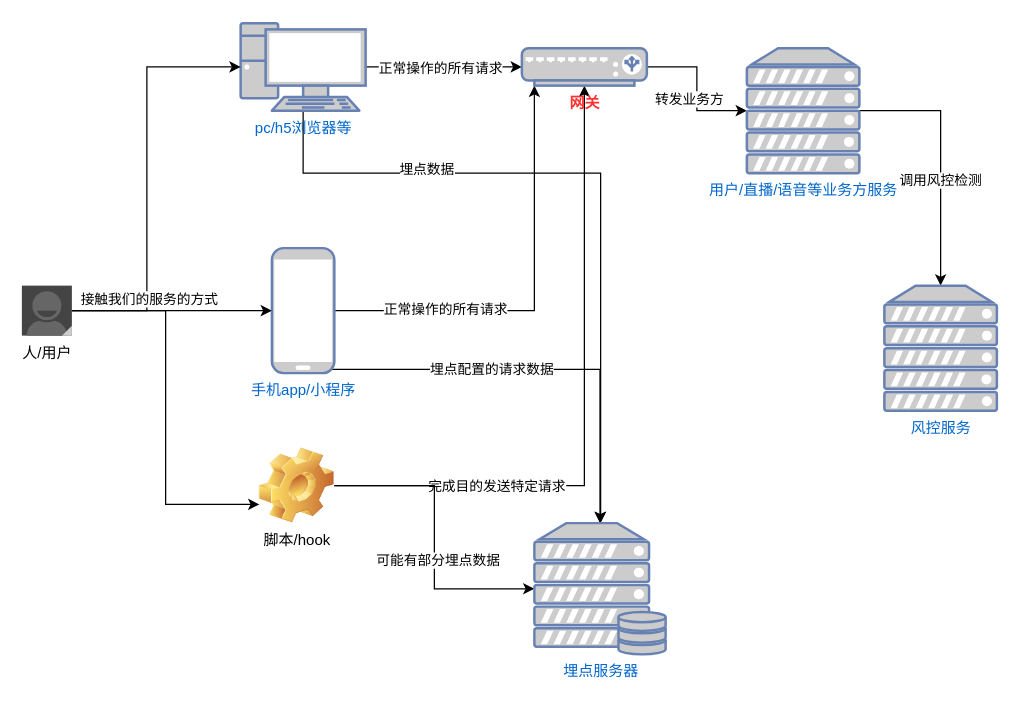
Before: 请求链路.drawio in seuzxc/drawio-desktop, a draw.io diagram. Source tidied: cells renumbered, new cells numbered last; positions are measured from the earlier drawing's top-left corner, leaving out a move shared by most shapes. Both pictures are drawn from the tidied source at 125%, with x=0, y=0 at pixel (21, 22).
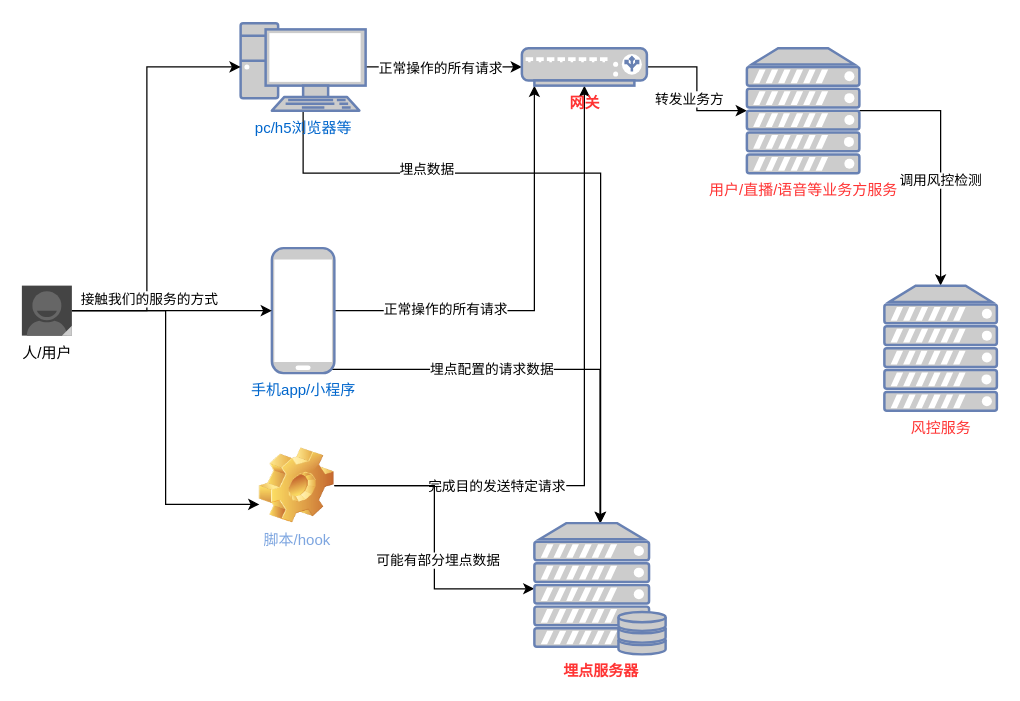
The same page after the edit.

Commit message (it also covers changes not shown here):
更新请求链路.drawio

Diff of the diagram source:
```diff
@@
-    <mxCell id="21" value="脚本/hook" style="shape=image;html=1;verticalLabelPosition=bottom;verticalAlign=top;imageAspect=0;image=img/clipart/Gear_128x128.png;" parent="1" vertex="1">
+    <mxCell id="21" value="&lt;font color=&quot;#7ea6e0&quot;&gt;脚本/hook&lt;/font&gt;" style="shape=image;html=1;verticalLabelPosition=bottom;verticalAlign=top;imageAspect=0;image=img/clipart/Gear_128x128.png;" parent="1" vertex="1">
       <mxGeometry x="190" y="340" width="60" height="60" as="geometry" />
     </mxCell>
-    <mxCell id="22" value="埋点服务器" style="fontColor=#0066CC;verticalAlign=top;verticalLabelPosition=bottom;labelPosition=center;align=center;html=1;outlineConnect=0;fillColor=#CCCCCC;strokeColor=#6881B3;gradientColor=none;gradientDirection=north;strokeWidth=2;shape=mxgraph.networks.server_storage;" parent="1" vertex="1">
+    <mxCell id="22" value="&lt;font color=&quot;#ff3333&quot;&gt;&lt;b&gt;埋点服务器&lt;/b&gt;&lt;/font&gt;" style="fontColor=#0066CC;verticalAlign=top;verticalLabelPosition=bottom;labelPosition=center;align=center;html=1;outlineConnect=0;fillColor=#CCCCCC;strokeColor=#6881B3;gradientColor=none;gradientDirection=north;strokeWidth=2;shape=mxgraph.networks.server_storage;" parent="1" vertex="1">
       <mxGeometry x="410" y="400" width="105" height="105" as="geometry" />
     </mxCell>
@@
-    <mxCell id="28" value="用户/直播/语音等业务方服务" style="fontColor=#0066CC;verticalAlign=top;verticalLabelPosition=bottom;labelPosition=center;align=center;html=1;outlineConnect=0;fillColor=#CCCCCC;strokeColor=#6881B3;gradientColor=none;gradientDirection=north;strokeWidth=2;shape=mxgraph.networks.server;" parent="1" vertex="1">
+    <mxCell id="28" value="&lt;font color=&quot;#ff3333&quot;&gt;用户/直播/语音等业务方服务&lt;/font&gt;" style="fontColor=#0066CC;verticalAlign=top;verticalLabelPosition=bottom;labelPosition=center;align=center;html=1;outlineConnect=0;fillColor=#CCCCCC;strokeColor=#6881B3;gradientColor=none;gradientDirection=north;strokeWidth=2;shape=mxgraph.networks.server;" parent="1" vertex="1">
       <mxGeometry x="580" y="20" width="90" height="100" as="geometry" />
     </mxCell>
-    <mxCell id="29" value="风控服务" style="fontColor=#0066CC;verticalAlign=top;verticalLabelPosition=bottom;labelPosition=center;align=center;html=1;outlineConnect=0;fillColor=#CCCCCC;strokeColor=#6881B3;gradientColor=none;gradientDirection=north;strokeWidth=2;shape=mxgraph.networks.server;" parent="1" vertex="1">
+    <mxCell id="29" value="&lt;font color=&quot;#ff3333&quot;&gt;风控服务&lt;/font&gt;" style="fontColor=#0066CC;verticalAlign=top;verticalLabelPosition=bottom;labelPosition=center;align=center;html=1;outlineConnect=0;fillColor=#CCCCCC;strokeColor=#6881B3;gradientColor=none;gradientDirection=north;strokeWidth=2;shape=mxgraph.networks.server;" parent="1" vertex="1">
       <mxGeometry x="690" y="210" width="90" height="100" as="geometry" />
     </mxCell>
```
